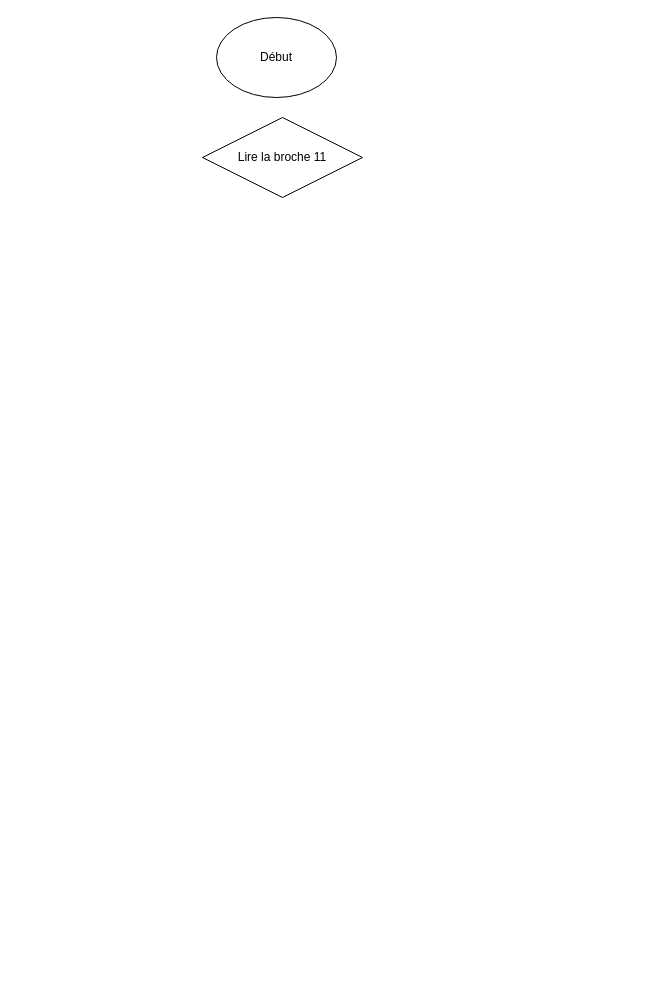
The draw.io diagram Diagrammes/Algo_A4.drawio in Marius220707/Chaine_info, before the edit. Source tidied: cells renumbered, new cells numbered last; positions are measured from the earlier drawing's top-left corner, leaving out a move shared by most shapes. Both pictures are drawn from the tidied source at 100%, with x=0, y=0 at pixel (202, 17).
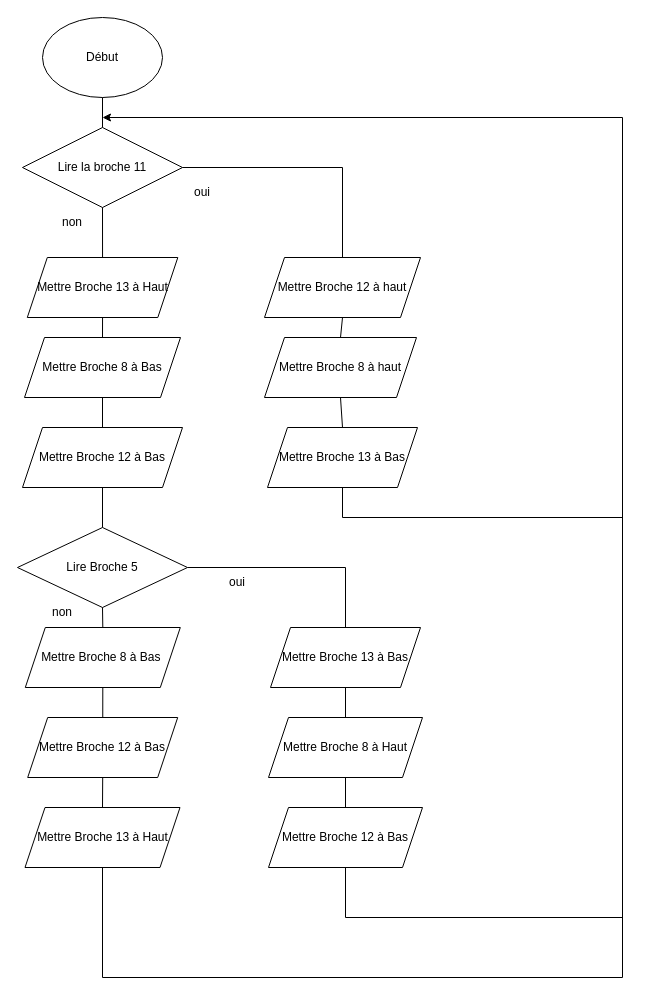
After the change.

Commit message:
Mettre à jour Algo_A4.drawio

What changed in the source:
```diff
@@
     <mxCell id="2" value="Début" style="ellipse;whiteSpace=wrap;html=1;" parent="1" vertex="1">
-      <mxGeometry x="14" width="120" height="80" as="geometry" />
+      <mxGeometry x="-160" width="120" height="80" as="geometry" />
     </mxCell>
     <mxCell id="3" value="Lire la broche 11" style="rhombus;whiteSpace=wrap;html=1;" parent="1" vertex="1">
-      <mxGeometry y="100" width="160" height="80" as="geometry" />
+      <mxGeometry x="-180" y="110" width="160" height="80" as="geometry" />
     </mxCell>
+    <mxCell id="4" value="Mettre Broche 13 à Haut" style="shape=parallelogram;perimeter=parallelogramPerimeter;whiteSpace=wrap;html=1;fixedSize=1;" parent="1" vertex="1">
+      <mxGeometry x="-175.2" y="240" width="150.5" height="60" as="geometry" />
+    </mxCell>
+    <mxCell id="5" value="Mettre Broche 8 à Bas" style="shape=parallelogram;perimeter=parallelogramPerimeter;whiteSpace=wrap;html=1;fixedSize=1;" parent="1" vertex="1">
+      <mxGeometry x="-178" y="320" width="156" height="60" as="geometry" />
+    </mxCell>
+    <mxCell id="6" value="Mettre Broche 12 à Bas" style="shape=parallelogram;perimeter=parallelogramPerimeter;whiteSpace=wrap;html=1;fixedSize=1;" parent="1" vertex="1">
+      <mxGeometry x="-180" y="410" width="160" height="60" as="geometry" />
+    </mxCell>
+    <mxCell id="7" style="endArrow=none;html=1;rounded=0;entryX=0.5;entryY=1;entryDx=0;entryDy=0;exitX=0.5;exitY=0;exitDx=0;exitDy=0;" parent="1" edge="1" source="4" target="3">
+      <mxGeometry relative="1" as="geometry" />
+    </mxCell>
+    <mxCell id="8" style="endArrow=none;html=1;rounded=0;entryX=0.5;entryY=1;entryDx=0;entryDy=0;exitX=0.5;exitY=0;exitDx=0;exitDy=0;" parent="1" edge="1" source="5" target="4">
+      <mxGeometry relative="1" as="geometry" />
+    </mxCell>
+    <mxCell id="9" style="endArrow=none;html=1;rounded=0;entryX=0.5;entryY=1;entryDx=0;entryDy=0;exitX=0.5;exitY=0;exitDx=0;exitDy=0;" parent="1" edge="1" source="6" target="5">
+      <mxGeometry relative="1" as="geometry" />
+    </mxCell>
+    <mxCell id="10" style="endArrow=none;html=1;rounded=0;entryX=0.5;entryY=1;entryDx=0;entryDy=0;exitX=0.5;exitY=0;exitDx=0;exitDy=0;" parent="1" edge="1" source="3" target="2">
+      <mxGeometry relative="1" as="geometry" />
+    </mxCell>
+    <mxCell id="11" value="Mettre Broche 12 à haut" style="shape=parallelogram;perimeter=parallelogramPerimeter;whiteSpace=wrap;html=1;fixedSize=1;" parent="1" vertex="1">
+      <mxGeometry x="62" y="240" width="156" height="60" as="geometry" />
+    </mxCell>
+    <mxCell id="12" value="Mettre Broche 8 à haut" style="shape=parallelogram;perimeter=parallelogramPerimeter;whiteSpace=wrap;html=1;fixedSize=1;" parent="1" vertex="1">
+      <mxGeometry x="62" y="320" width="152" height="60" as="geometry" />
+    </mxCell>
+    <mxCell id="13" value="Mettre Broche 13 à Bas" style="shape=parallelogram;perimeter=parallelogramPerimeter;whiteSpace=wrap;html=1;fixedSize=1;" parent="1" vertex="1">
+      <mxGeometry x="65" y="410" width="150" height="60" as="geometry" />
+    </mxCell>
+    <mxCell id="14" style="endArrow=none;html=1;rounded=0;entryX=1;entryY=0.5;entryDx=0;entryDy=0;exitX=0.5;exitY=0;exitDx=0;exitDy=0;" parent="1" edge="1" source="11" target="3">
+      <mxGeometry relative="1" as="geometry">
+        <Array as="points">
+          <mxPoint x="140" y="150" />
+        </Array>
+      </mxGeometry>
+    </mxCell>
+    <mxCell id="15" style="endArrow=none;html=1;rounded=0;entryX=0.5;entryY=1;entryDx=0;entryDy=0;exitX=0.5;exitY=0;exitDx=0;exitDy=0;" parent="1" edge="1" source="12" target="11">
+      <mxGeometry relative="1" as="geometry" />
+    </mxCell>
+    <mxCell id="16" style="endArrow=none;html=1;rounded=0;entryX=0.5;entryY=1;entryDx=0;entryDy=0;exitX=0.5;exitY=0;exitDx=0;exitDy=0;" parent="1" edge="1" source="13" target="12">
+      <mxGeometry relative="1" as="geometry" />
+    </mxCell>
+    <mxCell id="17" value="Mettre Broche 13 à Bas" style="shape=parallelogram;perimeter=parallelogramPerimeter;whiteSpace=wrap;html=1;fixedSize=1;" parent="1" vertex="1">
+      <mxGeometry x="68" y="610" width="150" height="60" as="geometry" />
+    </mxCell>
+    <mxCell id="18" value="Mettre Broche 8 à Bas&amp;nbsp;" style="shape=parallelogram;perimeter=parallelogramPerimeter;whiteSpace=wrap;html=1;fixedSize=1;" parent="1" vertex="1">
+      <mxGeometry x="-177.2" y="610" width="155" height="60" as="geometry" />
+    </mxCell>
+    <mxCell id="19" value="Lire Broche 5" style="rhombus;whiteSpace=wrap;html=1;" parent="1" vertex="1">
+      <mxGeometry x="-185" y="510" width="170" height="80" as="geometry" />
+    </mxCell>
+    <mxCell id="20" value="Mettre Broche 12 à Bas" style="shape=parallelogram;perimeter=parallelogramPerimeter;whiteSpace=wrap;html=1;fixedSize=1;" parent="1" vertex="1">
+      <mxGeometry x="-174.8" y="700" width="150" height="60" as="geometry" />
+    </mxCell>
+    <mxCell id="21" value="Mettre Broche 13 à Haut" style="shape=parallelogram;perimeter=parallelogramPerimeter;whiteSpace=wrap;html=1;fixedSize=1;" parent="1" vertex="1">
+      <mxGeometry x="-177.5" y="790" width="155" height="60" as="geometry" />
+    </mxCell>
+    <mxCell id="22" value="Mettre Broche 8 à Haut" style="shape=parallelogram;perimeter=parallelogramPerimeter;whiteSpace=wrap;html=1;fixedSize=1;" parent="1" vertex="1">
+      <mxGeometry x="66" y="700" width="154" height="60" as="geometry" />
+    </mxCell>
+    <mxCell id="23" value="Mettre Broche 12 à Bas" style="shape=parallelogram;perimeter=parallelogramPerimeter;whiteSpace=wrap;html=1;fixedSize=1;" parent="1" vertex="1">
+      <mxGeometry x="66" y="790" width="154" height="60" as="geometry" />
+    </mxCell>
+    <mxCell id="24" style="endArrow=none;html=1;rounded=0;entryX=0.5;entryY=1;entryDx=0;entryDy=0;exitX=0.5;exitY=0;exitDx=0;exitDy=0;" parent="1" edge="1" source="19" target="6">
+      <mxGeometry relative="1" as="geometry" />
+    </mxCell>
+    <mxCell id="25" style="endArrow=none;html=1;rounded=0;entryX=0.5;entryY=1;entryDx=0;entryDy=0;exitX=0.5;exitY=0;exitDx=0;exitDy=0;" parent="1" edge="1" source="18" target="19">
+      <mxGeometry relative="1" as="geometry" />
+    </mxCell>
+    <mxCell id="26" style="endArrow=none;html=1;rounded=0;entryX=0.5;entryY=1;entryDx=0;entryDy=0;" parent="1" edge="1" source="20" target="18">
+      <mxGeometry relative="1" as="geometry" />
+    </mxCell>
+    <mxCell id="27" style="endArrow=none;html=1;rounded=0;entryX=0.5;entryY=1;entryDx=0;entryDy=0;exitX=0.5;exitY=0;exitDx=0;exitDy=0;" parent="1" edge="1" source="21" target="20">
+      <mxGeometry relative="1" as="geometry" />
+    </mxCell>
+    <mxCell id="28" style="endArrow=none;html=1;rounded=0;exitX=1;exitY=0.5;exitDx=0;exitDy=0;entryX=0.5;entryY=0;entryDx=0;entryDy=0;" parent="1" edge="1" source="19" target="17">
+      <mxGeometry relative="1" as="geometry">
+        <Array as="points">
+          <mxPoint x="143" y="550" />
+        </Array>
+      </mxGeometry>
+    </mxCell>
+    <mxCell id="29" style="endArrow=none;html=1;rounded=0;entryX=0.5;entryY=1;entryDx=0;entryDy=0;exitX=0.5;exitY=0;exitDx=0;exitDy=0;" parent="1" edge="1" source="22" target="17">
+      <mxGeometry relative="1" as="geometry" />
+    </mxCell>
+    <mxCell id="30" style="endArrow=none;html=1;rounded=0;entryX=0.5;entryY=1;entryDx=0;entryDy=0;exitX=0.5;exitY=0;exitDx=0;exitDy=0;" parent="1" edge="1" source="23" target="22">
+      <mxGeometry relative="1" as="geometry" />
+    </mxCell>
+    <mxCell id="31" style="endArrow=classic;html=1;rounded=0;exitX=0.5;exitY=1;exitDx=0;exitDy=0;" parent="1" edge="1" source="21">
+      <mxGeometry relative="1" as="geometry">
+        <mxPoint x="-100" y="100" as="targetPoint" />
+        <Array as="points">
+          <mxPoint x="-100" y="960" />
+          <mxPoint x="420" y="960" />
+          <mxPoint x="420" y="100" />
+        </Array>
+      </mxGeometry>
+    </mxCell>
+    <mxCell id="32" style="endArrow=none;html=1;rounded=0;exitX=0.5;exitY=1;exitDx=0;exitDy=0;" parent="1" edge="1" source="13">
+      <mxGeometry relative="1" as="geometry">
+        <mxPoint x="420" y="500" as="targetPoint" />
+        <Array as="points">
+          <mxPoint x="140" y="500" />
+        </Array>
+      </mxGeometry>
+    </mxCell>
+    <mxCell id="33" style="endArrow=none;html=1;rounded=0;exitX=0.5;exitY=1;exitDx=0;exitDy=0;" parent="1" edge="1" source="23">
+      <mxGeometry relative="1" as="geometry">
+        <mxPoint x="420" y="900" as="targetPoint" />
+        <Array as="points">
+          <mxPoint x="143" y="900" />
+        </Array>
+      </mxGeometry>
+    </mxCell>
+    <mxCell id="34" value="oui" style="text;html=1;whiteSpace=wrap;strokeColor=none;fillColor=none;align=center;verticalAlign=middle;rounded=0;" parent="1" vertex="1">
+      <mxGeometry x="-30" y="160" width="60" height="30" as="geometry" />
+    </mxCell>
+    <mxCell id="35" value="non" style="text;html=1;whiteSpace=wrap;strokeColor=none;fillColor=none;align=center;verticalAlign=middle;rounded=0;" parent="1" vertex="1">
+      <mxGeometry x="-160" y="190" width="60" height="30" as="geometry" />
+    </mxCell>
+    <mxCell id="36" value="oui" style="text;html=1;whiteSpace=wrap;strokeColor=none;fillColor=none;align=center;verticalAlign=middle;rounded=0;" parent="1" vertex="1">
+      <mxGeometry x="5" y="550" width="60" height="30" as="geometry" />
+    </mxCell>
+    <mxCell id="37" value="non" style="text;html=1;whiteSpace=wrap;strokeColor=none;fillColor=none;align=center;verticalAlign=middle;rounded=0;" parent="1" vertex="1">
+      <mxGeometry x="-170" y="580" width="60" height="30" as="geometry" />
+    </mxCell>
```
